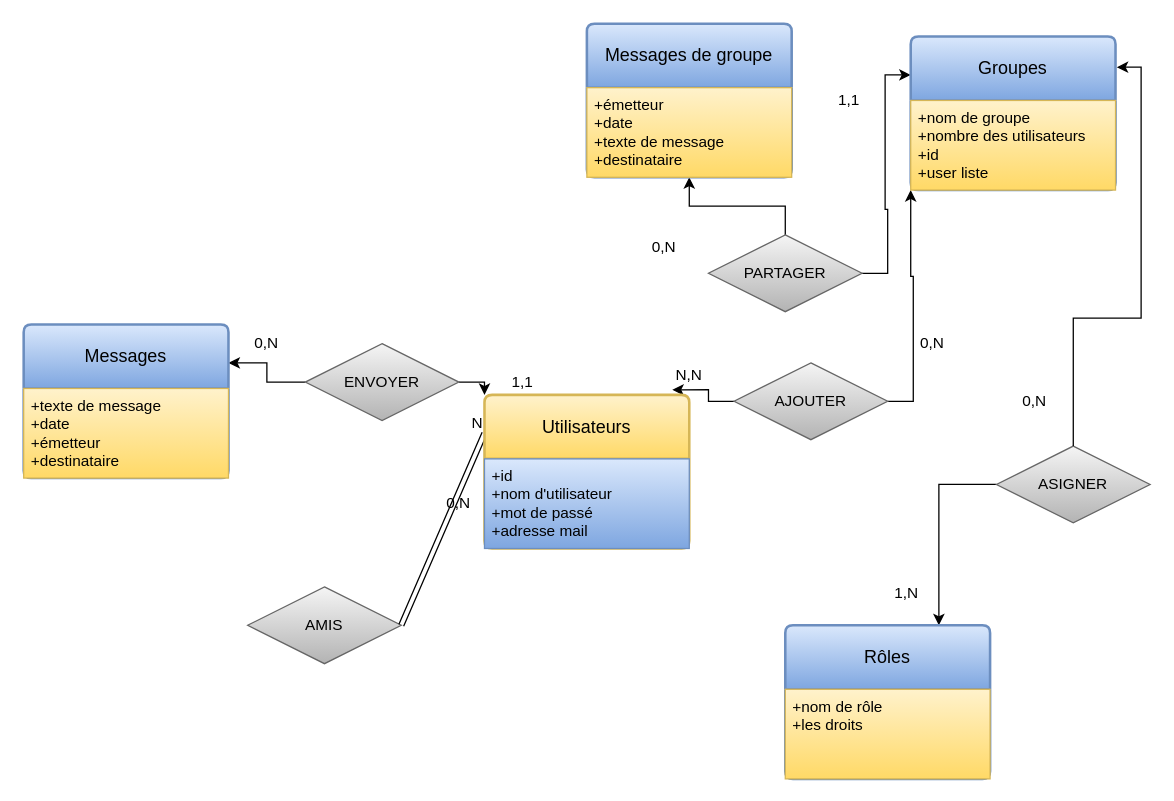
The draw.io diagram Copie de Diagramme sans nom.drawio in vsilvanska/examen-info-2023, before the edit. Source tidied: cells renumbered, new cells numbered last; positions are measured from the earlier drawing's top-left corner, leaving out a move shared by most shapes. Both pictures are drawn from the tidied source at 128%, with x=0, y=0 at pixel (23, 23).
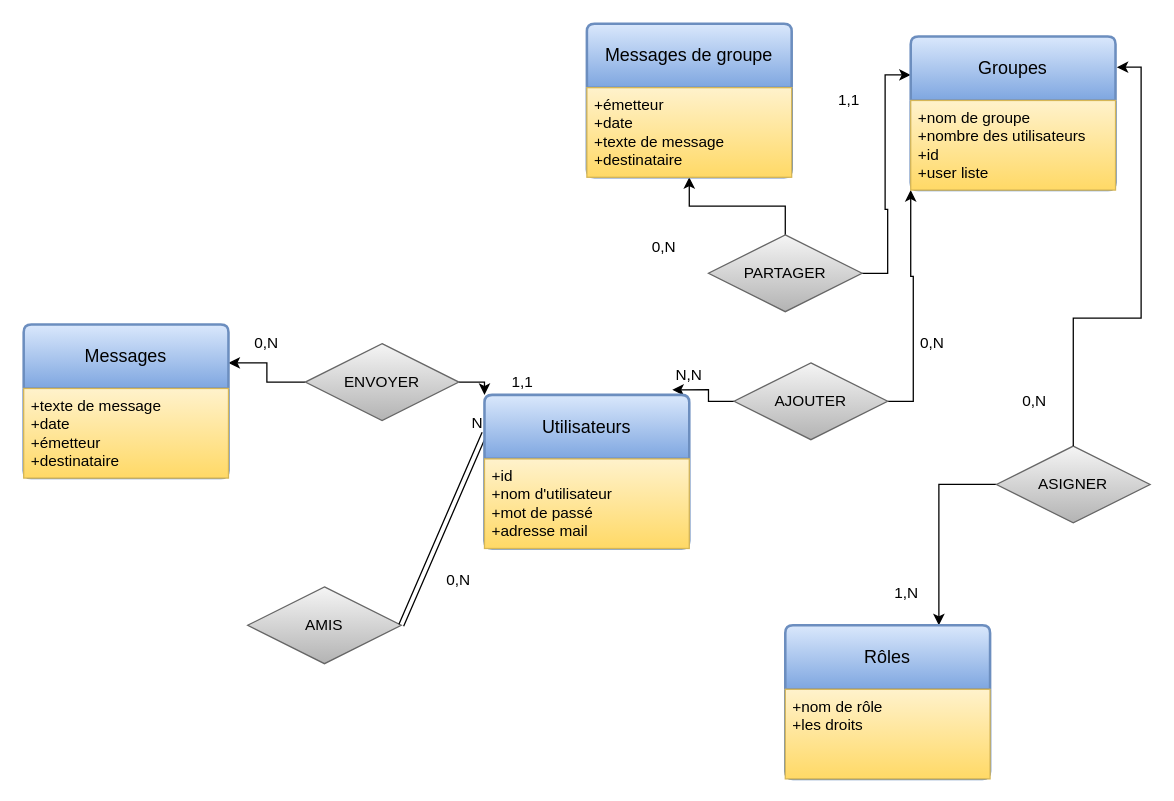
The same diagram, later.

Commit message:
Mettre à jour Copie de Diagramme sans nom.drawio

Diff of the diagram source:
```diff
@@
     <mxCell id="17" value="0,N" style="text;html=1;strokeColor=none;fillColor=none;align=center;verticalAlign=middle;whiteSpace=wrap;rounded=0;" parent="1" vertex="1">
-      <mxGeometry x="310" y="360" width="60" height="30" as="geometry" />
+      <mxGeometry x="310" y="420" width="60" height="30" as="geometry" />
     </mxCell>
@@
-    <mxCell id="34" value="Utilisateurs" style="swimlane;horizontal=1;startSize=50;rounded=1;fontSize=14;fontStyle=0;strokeWidth=2;shadow=0;dashed=0;align=center;arcSize=4;whiteSpace=wrap;html=1;fillColor=#fff2cc;gradientColor=#ffd966;strokeColor=#d6b656;" parent="1" vertex="1">
+    <mxCell id="34" value="Utilisateurs" style="swimlane;horizontal=1;startSize=50;rounded=1;fontSize=14;fontStyle=0;strokeWidth=2;shadow=0;dashed=0;align=center;arcSize=4;whiteSpace=wrap;html=1;fillColor=#dae8fc;gradientColor=#7ea6e0;strokeColor=#6c8ebf;" parent="1" vertex="1">
       <mxGeometry x="360" y="290" width="160" height="120" as="geometry" />
     </mxCell>
-    <mxCell id="35" value="+id&lt;br&gt;+nom d'utilisateur&lt;br&gt;+mot de passé&lt;br&gt;+adresse mail" style="align=left;strokeColor=#6c8ebf;fillColor=#dae8fc;spacingLeft=4;fontSize=12;verticalAlign=top;html=1;gradientColor=#7ea6e0;" parent="34" vertex="1">
+    <mxCell id="35" value="+id&lt;br&gt;+nom d'utilisateur&lt;br&gt;+mot de passé&lt;br&gt;+adresse mail" style="align=left;strokeColor=#d6b656;fillColor=#fff2cc;spacingLeft=4;fontSize=12;verticalAlign=top;html=1;gradientColor=#ffd966;" parent="34" vertex="1">
       <mxGeometry y="50" width="160" height="70" as="geometry" />
     </mxCell>
```
